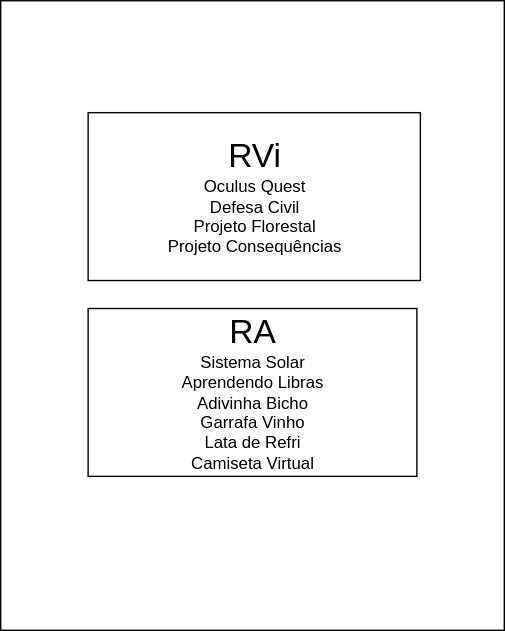
dalton-reis/dalton-reis keeps this draw.io diagram as _._/oficina/_/estacoes.drawio.svg. Above is the earlier version. Source tidied: cells renumbered, new cells last; positions are measured from the earlier drawing's top-left corner, leaving out a move shared by most shapes.
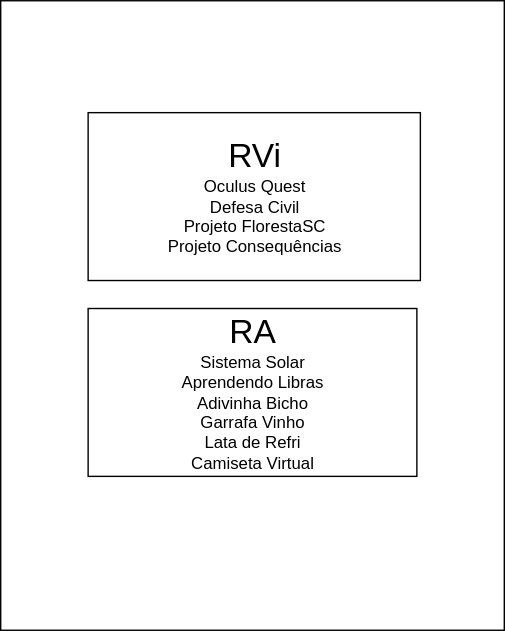
After the commit.

Change to the diagram source:
```diff
@@ -8,7 +8,7 @@
     <mxCell id="3" value="&lt;font style=&quot;font-size: 24px;&quot;&gt;RA&lt;/font&gt;&lt;br&gt;Sistema Solar&lt;br&gt;Aprendendo Libras&lt;br&gt;Adivinha Bicho&lt;br&gt;Garrafa Vinho&lt;br style=&quot;border-color: var(--border-color);&quot;&gt;Lata de Refri&lt;br&gt;Camiseta Virtual" style="rounded=0;whiteSpace=wrap;html=1;" parent="1" vertex="1">
       <mxGeometry x="62.5" y="220" width="235" height="120" as="geometry" />
     </mxCell>
-    <mxCell id="4" value="&lt;font style=&quot;font-size: 24px;&quot;&gt;RVi&lt;/font&gt;&lt;br&gt;Oculus Quest&lt;br&gt;Defesa Civil&lt;br&gt;Projeto Florestal&lt;br&gt;Projeto Consequências" style="rounded=0;whiteSpace=wrap;html=1;" parent="1" vertex="1">
+    <mxCell id="4" value="&lt;font style=&quot;font-size: 24px;&quot;&gt;RVi&lt;/font&gt;&lt;br&gt;Oculus Quest&lt;br&gt;Defesa Civil&lt;br&gt;Projeto FlorestaSC&lt;br&gt;Projeto Consequências" style="rounded=0;whiteSpace=wrap;html=1;" parent="1" vertex="1">
       <mxGeometry x="62.5" y="80" width="237.5" height="120" as="geometry" />
     </mxCell>
   </root>
```
